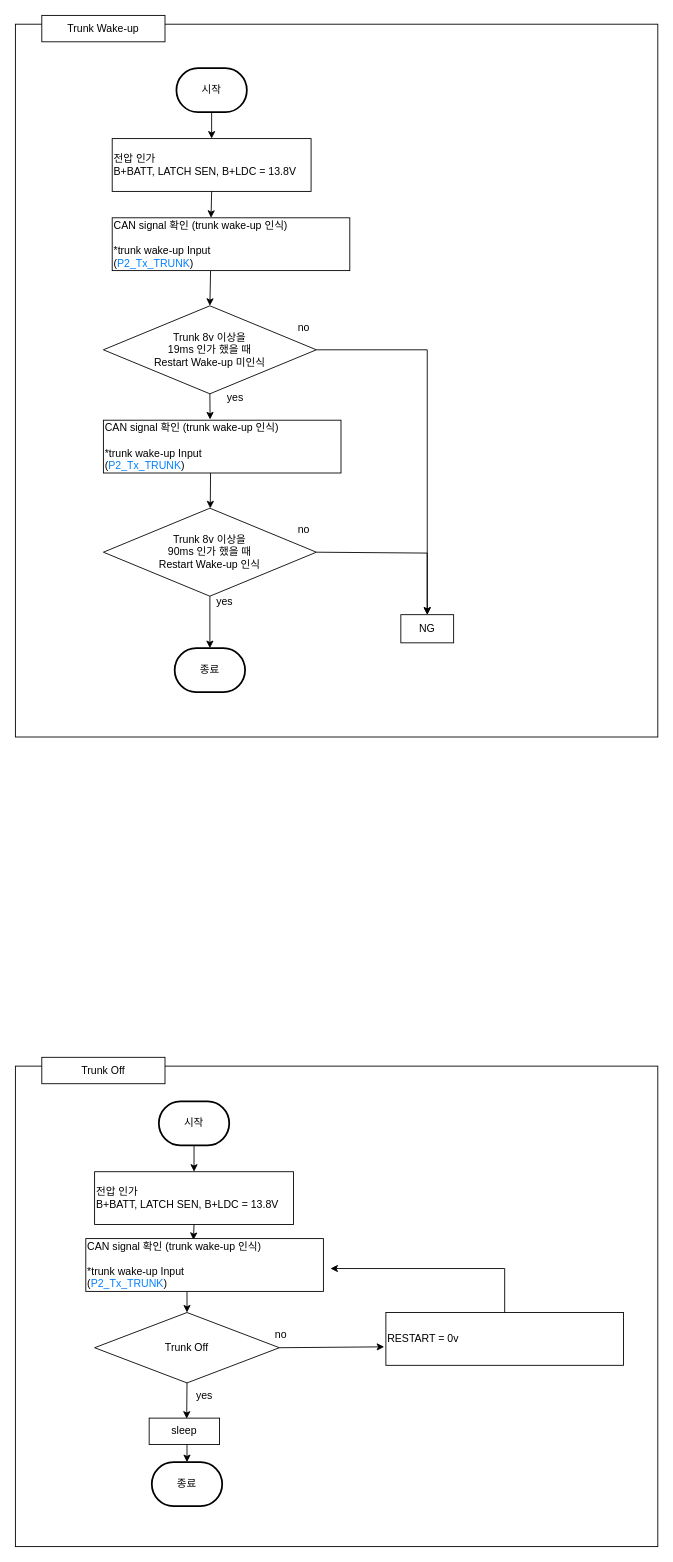
Earlier version of the draw.io diagram Trunk Wake-up.drawio (chaeyoonl/state-transition-diagram-test). Source tidied: cells renumbered, new cells numbered last; positions are measured from the earlier drawing's top-left corner, leaving out a move shared by most shapes. Both pictures are drawn from the tidied source at 88%, with x=0, y=0 at pixel (15, 15).
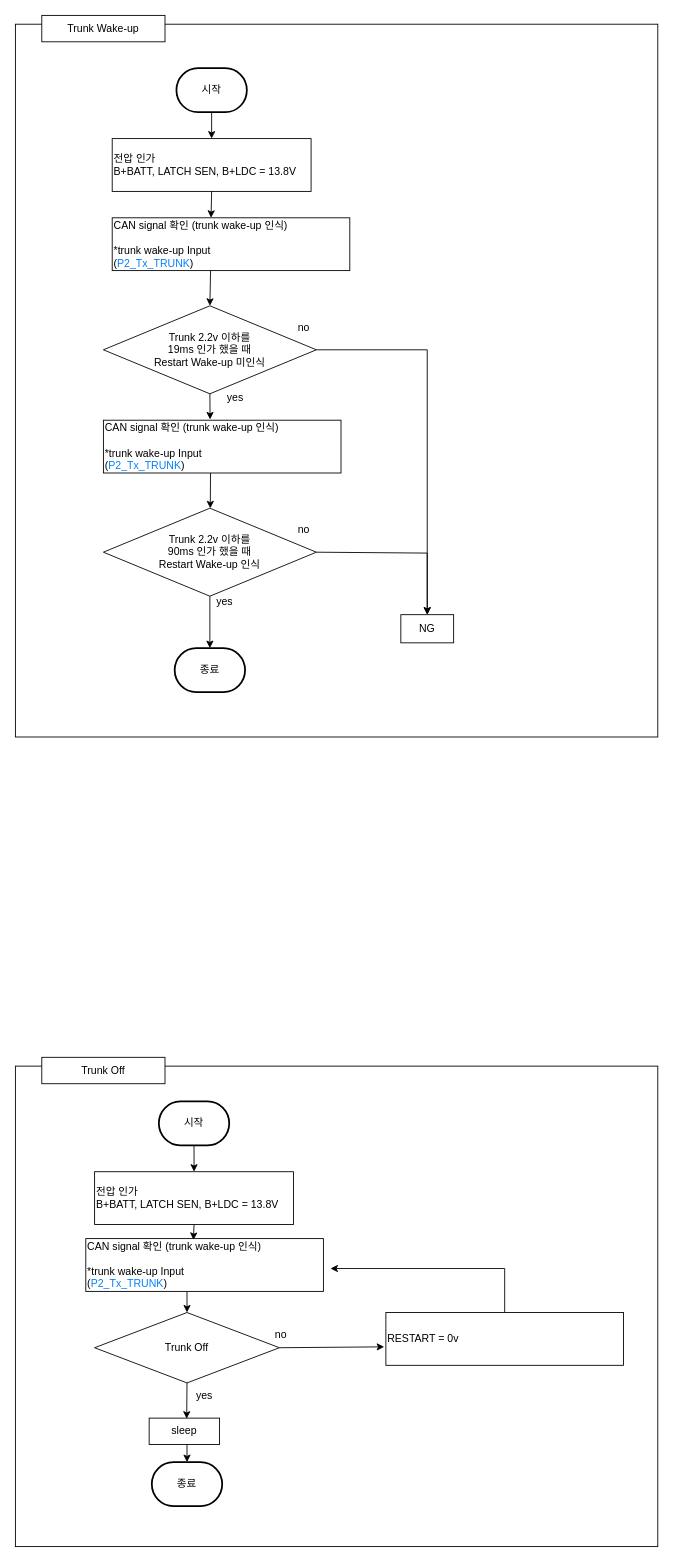
Above is the later version.

Change to the diagram source:
```diff
@@
-    <mxCell id="6" value="Trunk 8v 이상을 &lt;br&gt;19ms 인가 했을 때 &lt;br&gt;Restart Wake-up 미인식" style="rhombus;whiteSpace=wrap;html=1;" parent="1" vertex="1">
+    <mxCell id="6" value="Trunk 2.2v 이하를&lt;br&gt;19ms 인가 했을 때 &lt;br&gt;Restart Wake-up 미인식" style="rhombus;whiteSpace=wrap;html=1;" parent="1" vertex="1">
       <mxGeometry x="100" y="330" width="242" height="100" as="geometry" />
     </mxCell>
@@
-    <mxCell id="28" value="Trunk&amp;nbsp;8v 이상을 &lt;br&gt;90ms 인가 했을 때 &lt;br&gt;Restart Wake-up 인식" style="rhombus;whiteSpace=wrap;html=1;" parent="1" vertex="1">
+    <mxCell id="28" value="Trunk 2.2v 이하를&lt;br&gt;90ms 인가 했을 때 &lt;br&gt;Restart Wake-up 인식" style="rhombus;whiteSpace=wrap;html=1;" parent="1" vertex="1">
       <mxGeometry x="100" y="560" width="242" height="100" as="geometry" />
     </mxCell>
```
